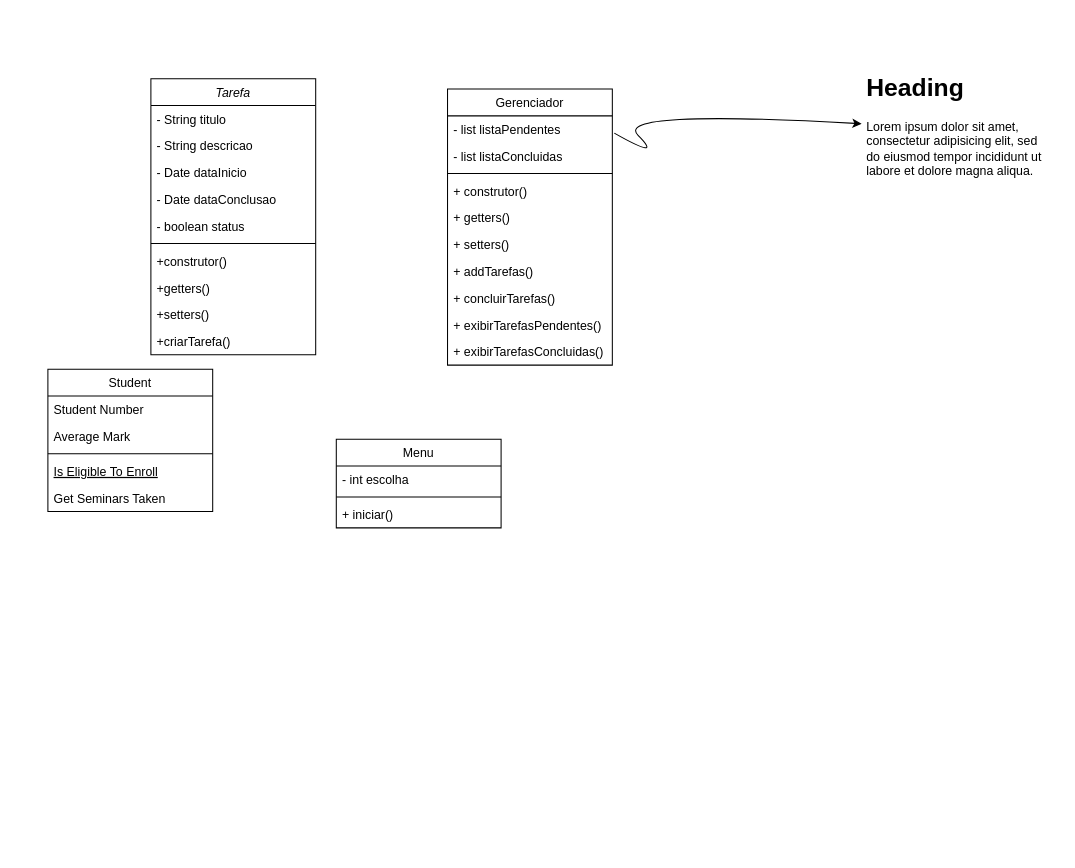
This is Diagrama sem nome.drawio from juliocesarmlk/TrabalhoPOO, a draw.io file, before an edit. Source tidied: cells renumbered, new cells numbered last; positions are measured from the earlier drawing's top-left corner, leaving out a move shared by most shapes. Both pictures are drawn from the tidied source at 103%, with x=0, y=0 at pixel (47, 67).
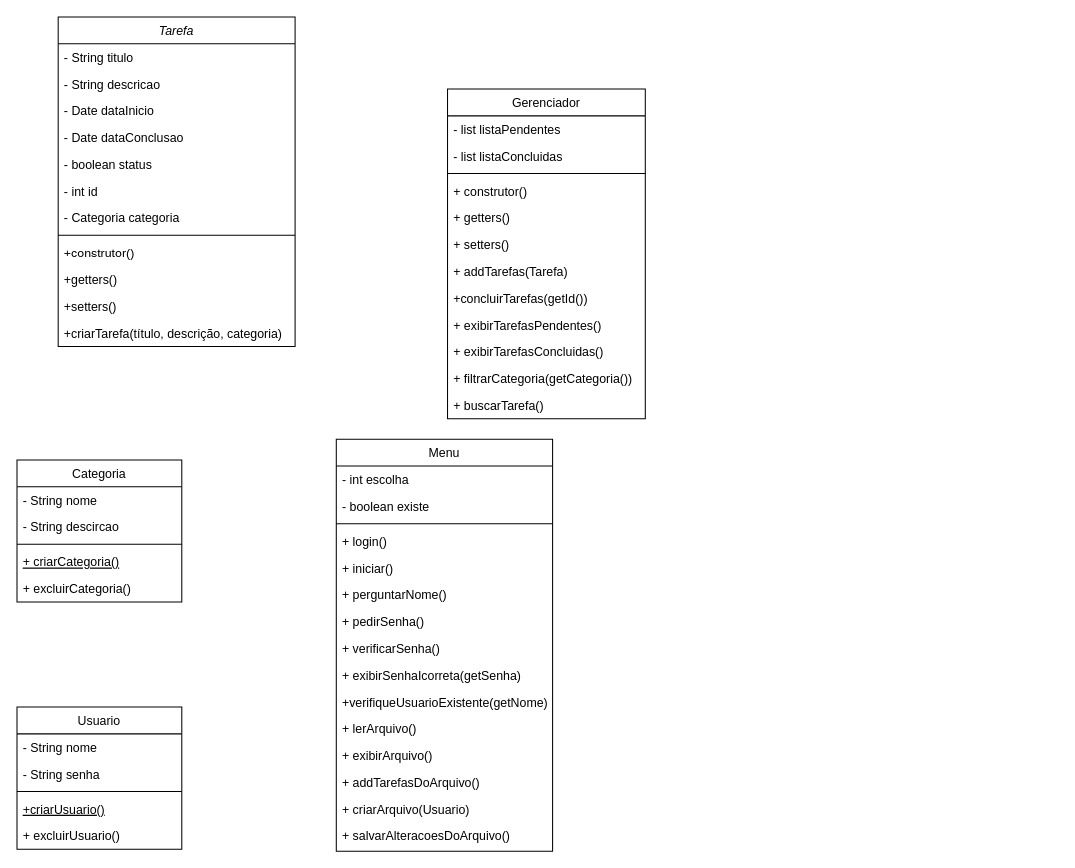
After the change.

What changed in the source:
```diff
@@
     <mxCell id="2" value="Tarefa" style="swimlane;fontStyle=2;align=center;verticalAlign=top;horizontal=1;startSize=26;rounded=0;shadow=0;strokeWidth=1;" parent="1" vertex="1">
-      <mxGeometry x="100" y="11" width="160" height="268" as="geometry" />
+      <mxGeometry x="10" y="-49" width="230" height="320" as="geometry" />
     </mxCell>
     <mxCell id="3" value="- String titulo" style="text;align=left;verticalAlign=top;spacingLeft=4;spacingRight=4;overflow=hidden;" parent="2" vertex="1">
-      <mxGeometry y="26" width="160" height="26" as="geometry" />
+      <mxGeometry y="26" width="230" height="26" as="geometry" />
     </mxCell>
     <mxCell id="4" value="- String descricao&#10;" style="text;align=left;verticalAlign=top;spacingLeft=4;spacingRight=4;overflow=hidden;rounded=0;shadow=0;html=0;" parent="2" vertex="1">
-      <mxGeometry y="52" width="160" height="26" as="geometry" />
+      <mxGeometry y="52" width="230" height="26" as="geometry" />
     </mxCell>
     <mxCell id="5" value="- Date dataInicio" style="text;align=left;verticalAlign=top;spacingLeft=4;spacingRight=4;overflow=hidden;rounded=0;shadow=0;html=0;" parent="2" vertex="1">
-      <mxGeometry y="78" width="160" height="26" as="geometry" />
+      <mxGeometry y="78" width="230" height="26" as="geometry" />
     </mxCell>
     <mxCell id="6" value="- Date dataConclusao" style="text;align=left;verticalAlign=top;spacingLeft=4;spacingRight=4;overflow=hidden;rounded=0;shadow=0;html=0;" parent="2" vertex="1">
-      <mxGeometry y="104" width="160" height="26" as="geometry" />
+      <mxGeometry y="104" width="230" height="26" as="geometry" />
     </mxCell>
     <mxCell id="7" value="- boolean status" style="text;align=left;verticalAlign=top;spacingLeft=4;spacingRight=4;overflow=hidden;rounded=0;shadow=0;html=0;" parent="2" vertex="1">
-      <mxGeometry y="130" width="160" height="26" as="geometry" />
+      <mxGeometry y="130" width="230" height="26" as="geometry" />
     </mxCell>
+    <mxCell id="36" value="- int id" style="text;align=left;verticalAlign=top;spacingLeft=4;spacingRight=4;overflow=hidden;rounded=0;shadow=0;html=0;" parent="2" vertex="1">
+      <mxGeometry y="156" width="230" height="26" as="geometry" />
+    </mxCell>
+    <mxCell id="37" value="- Categoria categoria" style="text;align=left;verticalAlign=top;spacingLeft=4;spacingRight=4;overflow=hidden;rounded=0;shadow=0;html=0;" parent="2" vertex="1">
+      <mxGeometry y="182" width="230" height="26" as="geometry" />
+    </mxCell>
     <mxCell id="8" style="line;html=1;strokeWidth=1;align=left;verticalAlign=middle;spacingTop=-1;spacingLeft=3;spacingRight=3;labelPosition=right;" parent="2" vertex="1">
-      <mxGeometry y="156" width="160" height="8" as="geometry" />
+      <mxGeometry y="208" width="230" height="8" as="geometry" />
     </mxCell>
     <mxCell id="9" value="+construtor()" style="text;align=left;verticalAlign=top;spacingLeft=4;spacingRight=4;overflow=hidden;" parent="2" vertex="1">
-      <mxGeometry y="164" width="160" height="26" as="geometry" />
+      <mxGeometry y="216" width="230" height="26" as="geometry" />
     </mxCell>
     <mxCell id="10" value="+getters()" style="text;align=left;verticalAlign=top;spacingLeft=4;spacingRight=4;overflow=hidden;" parent="2" vertex="1">
-      <mxGeometry y="190" width="160" height="26" as="geometry" />
+      <mxGeometry y="242" width="230" height="26" as="geometry" />
     </mxCell>
     <mxCell id="11" value="+setters()" style="text;align=left;verticalAlign=top;spacingLeft=4;spacingRight=4;overflow=hidden;" parent="2" vertex="1">
-      <mxGeometry y="216" width="160" height="26" as="geometry" />
+      <mxGeometry y="268" width="230" height="26" as="geometry" />
     </mxCell>
-    <mxCell id="12" value="+criarTarefa()" style="text;align=left;verticalAlign=top;spacingLeft=4;spacingRight=4;overflow=hidden;" parent="2" vertex="1">
-      <mxGeometry y="242" width="160" height="26" as="geometry" />
+    <mxCell id="12" value="+criarTarefa(título, descrição, categoria)" style="text;align=left;verticalAlign=top;spacingLeft=4;spacingRight=4;overflow=hidden;" parent="2" vertex="1">
+      <mxGeometry y="294" width="230" height="26" as="geometry" />
     </mxCell>
-    <mxCell id="13" value="Student" style="swimlane;fontStyle=0;align=center;verticalAlign=top;horizontal=1;startSize=26;rounded=0;shadow=0;strokeWidth=1;" parent="1" vertex="1">
-      <mxGeometry y="293" width="160" height="138" as="geometry" />
+    <mxCell id="13" value="Categoria" style="swimlane;fontStyle=0;align=center;verticalAlign=top;horizontal=1;startSize=26;rounded=0;shadow=0;strokeWidth=1;" parent="1" vertex="1">
+      <mxGeometry x="-30" y="381" width="160" height="138" as="geometry" />
     </mxCell>
-    <mxCell id="14" value="Student Number" style="text;align=left;verticalAlign=top;spacingLeft=4;spacingRight=4;overflow=hidden;" parent="13" vertex="1">
+    <mxCell id="14" value="- String nome" style="text;align=left;verticalAlign=top;spacingLeft=4;spacingRight=4;overflow=hidden;" parent="13" vertex="1">
       <mxGeometry y="26" width="160" height="26" as="geometry" />
     </mxCell>
-    <mxCell id="15" value="Average Mark" style="text;align=left;verticalAlign=top;spacingLeft=4;spacingRight=4;overflow=hidden;rounded=0;shadow=0;html=0;" parent="13" vertex="1">
+    <mxCell id="15" value="- String descircao" style="text;align=left;verticalAlign=top;spacingLeft=4;spacingRight=4;overflow=hidden;rounded=0;shadow=0;html=0;" parent="13" vertex="1">
       <mxGeometry y="52" width="160" height="26" as="geometry" />
     </mxCell>
@@
-    <mxCell id="17" value="Is Eligible To Enroll" style="text;align=left;verticalAlign=top;spacingLeft=4;spacingRight=4;overflow=hidden;fontStyle=4;" parent="13" vertex="1">
+    <mxCell id="17" value="+ criarCategoria()" style="text;align=left;verticalAlign=top;spacingLeft=4;spacingRight=4;overflow=hidden;fontStyle=4;" parent="13" vertex="1">
       <mxGeometry y="86" width="160" height="26" as="geometry" />
     </mxCell>
-    <mxCell id="18" value="Get Seminars Taken" style="text;align=left;verticalAlign=top;spacingLeft=4;spacingRight=4;overflow=hidden;" parent="13" vertex="1">
+    <mxCell id="18" value="+ excluirCategoria()" style="text;align=left;verticalAlign=top;spacingLeft=4;spacingRight=4;overflow=hidden;" parent="13" vertex="1">
       <mxGeometry y="112" width="160" height="26" as="geometry" />
     </mxCell>
     <mxCell id="19" value="Menu" style="swimlane;fontStyle=0;align=center;verticalAlign=top;horizontal=1;startSize=26;rounded=0;shadow=0;strokeWidth=1;" parent="1" vertex="1">
-      <mxGeometry x="280" y="361" width="160" height="86" as="geometry" />
+      <mxGeometry x="280" y="361" width="210" height="400" as="geometry" />
     </mxCell>
-    <mxCell id="20" value="- int escolha" style="text;align=left;verticalAlign=top;spacingLeft=4;spacingRight=4;overflow=hidden;" parent="19" vertex="1">
-      <mxGeometry y="26" width="160" height="26" as="geometry" />
+    <mxCell id="20" value="- int escolha&#10;&#10;" style="text;align=left;verticalAlign=top;spacingLeft=4;spacingRight=4;overflow=hidden;" parent="19" vertex="1">
+      <mxGeometry y="26" width="210" height="26" as="geometry" />
     </mxCell>
+    <mxCell id="38" value="- boolean existe" style="text;align=left;verticalAlign=top;spacingLeft=4;spacingRight=4;overflow=hidden;" parent="19" vertex="1">
+      <mxGeometry y="52" width="210" height="26" as="geometry" />
+    </mxCell>
     <mxCell id="21" style="line;html=1;strokeWidth=1;align=left;verticalAlign=middle;spacingTop=-1;spacingLeft=3;spacingRight=3;labelPosition=right;" parent="19" vertex="1">
-      <mxGeometry y="52" width="160" height="8" as="geometry" />
+      <mxGeometry y="78" width="210" height="8" as="geometry" />
     </mxCell>
+    <mxCell id="39" value="+ login()" style="text;align=left;verticalAlign=top;spacingLeft=4;spacingRight=4;overflow=hidden;" parent="19" vertex="1">
+      <mxGeometry y="86" width="210" height="26" as="geometry" />
+    </mxCell>
     <mxCell id="22" value="+ iniciar()" style="text;align=left;verticalAlign=top;spacingLeft=4;spacingRight=4;overflow=hidden;" parent="19" vertex="1">
-      <mxGeometry y="60" width="160" height="26" as="geometry" />
+      <mxGeometry y="112" width="210" height="26" as="geometry" />
     </mxCell>
+    <mxCell id="40" value="+ perguntarNome()" style="text;align=left;verticalAlign=top;spacingLeft=4;spacingRight=4;overflow=hidden;" parent="19" vertex="1">
+      <mxGeometry y="138" width="210" height="26" as="geometry" />
+    </mxCell>
+    <mxCell id="41" value="+ pedirSenha()" style="text;align=left;verticalAlign=top;spacingLeft=4;spacingRight=4;overflow=hidden;" parent="19" vertex="1">
+      <mxGeometry y="164" width="210" height="26" as="geometry" />
+    </mxCell>
+    <mxCell id="42" value="+ verificarSenha()" style="text;align=left;verticalAlign=top;spacingLeft=4;spacingRight=4;overflow=hidden;" parent="19" vertex="1">
+      <mxGeometry y="190" width="210" height="26" as="geometry" />
+    </mxCell>
+    <mxCell id="43" value="+ exibirSenhaIcorreta(getSenha)" style="text;align=left;verticalAlign=top;spacingLeft=4;spacingRight=4;overflow=hidden;" parent="19" vertex="1">
+      <mxGeometry y="216" width="210" height="26" as="geometry" />
+    </mxCell>
+    <mxCell id="44" value="+verifiqueUsuarioExistente(getNome)" style="text;align=left;verticalAlign=top;spacingLeft=4;spacingRight=4;overflow=hidden;" parent="19" vertex="1">
+      <mxGeometry y="242" width="210" height="26" as="geometry" />
+    </mxCell>
+    <mxCell id="45" value="+ lerArquivo()" style="text;align=left;verticalAlign=top;spacingLeft=4;spacingRight=4;overflow=hidden;" parent="19" vertex="1">
+      <mxGeometry y="268" width="210" height="26" as="geometry" />
+    </mxCell>
+    <mxCell id="46" value="+ exibirArquivo()" style="text;align=left;verticalAlign=top;spacingLeft=4;spacingRight=4;overflow=hidden;" parent="19" vertex="1">
+      <mxGeometry y="294" width="210" height="26" as="geometry" />
+    </mxCell>
+    <mxCell id="47" value="+ addTarefasDoArquivo()" style="text;align=left;verticalAlign=top;spacingLeft=4;spacingRight=4;overflow=hidden;" parent="19" vertex="1">
+      <mxGeometry y="320" width="210" height="26" as="geometry" />
+    </mxCell>
+    <mxCell id="48" value="+ criarArquivo(Usuario)" style="text;align=left;verticalAlign=top;spacingLeft=4;spacingRight=4;overflow=hidden;" parent="19" vertex="1">
+      <mxGeometry y="346" width="210" height="26" as="geometry" />
+    </mxCell>
+    <mxCell id="49" value="+ salvarAlteracoesDoArquivo()" style="text;align=left;verticalAlign=top;spacingLeft=4;spacingRight=4;overflow=hidden;" parent="19" vertex="1">
+      <mxGeometry y="372" width="210" height="26" as="geometry" />
+    </mxCell>
     <mxCell id="23" value="Gerenciador" style="swimlane;fontStyle=0;align=center;verticalAlign=top;horizontal=1;startSize=26;rounded=0;shadow=0;strokeWidth=1;" parent="1" vertex="1">
-      <mxGeometry x="388" y="21" width="160" height="268" as="geometry" />
+      <mxGeometry x="388" y="21" width="192" height="320" as="geometry" />
     </mxCell>
     <mxCell id="24" value="- list listaPendentes" style="text;align=left;verticalAlign=top;spacingLeft=4;spacingRight=4;overflow=hidden;points=[[0,0.5],[1,0.5]];portConstraint=eastwest;" parent="23" vertex="1">
-      <mxGeometry y="26" width="160" height="26" as="geometry" />
+      <mxGeometry y="26" width="192" height="26" as="geometry" />
     </mxCell>
     <mxCell id="25" value="- list listaConcluidas" style="text;align=left;verticalAlign=top;spacingLeft=4;spacingRight=4;overflow=hidden;rounded=0;shadow=0;html=0;" parent="23" vertex="1">
-      <mxGeometry y="52" width="160" height="26" as="geometry" />
+      <mxGeometry y="52" width="192" height="26" as="geometry" />
     </mxCell>
     <mxCell id="26" style="line;html=1;strokeWidth=1;align=left;verticalAlign=middle;spacingTop=-1;spacingLeft=3;spacingRight=3;labelPosition=right;" parent="23" vertex="1">
-      <mxGeometry y="78" width="160" height="8" as="geometry" />
+      <mxGeometry y="78" width="192" height="8" as="geometry" />
     </mxCell>
     <mxCell id="27" value="+ construtor()" style="text;align=left;verticalAlign=top;spacingLeft=4;spacingRight=4;overflow=hidden;" parent="23" vertex="1">
-      <mxGeometry y="86" width="160" height="26" as="geometry" />
+      <mxGeometry y="86" width="192" height="26" as="geometry" />
     </mxCell>
     <mxCell id="28" value="+ getters()" style="text;align=left;verticalAlign=top;spacingLeft=4;spacingRight=4;overflow=hidden;" parent="23" vertex="1">
-      <mxGeometry y="112" width="160" height="26" as="geometry" />
+      <mxGeometry y="112" width="192" height="26" as="geometry" />
     </mxCell>
     <mxCell id="29" value="+ setters()" style="text;align=left;verticalAlign=top;spacingLeft=4;spacingRight=4;overflow=hidden;" parent="23" vertex="1">
-      <mxGeometry y="138" width="160" height="26" as="geometry" />
+      <mxGeometry y="138" width="192" height="26" as="geometry" />
     </mxCell>
-    <mxCell id="30" value="+ addTarefas()" style="text;align=left;verticalAlign=top;spacingLeft=4;spacingRight=4;overflow=hidden;" parent="23" vertex="1">
-      <mxGeometry y="164" width="160" height="26" as="geometry" />
+    <mxCell id="30" value="+ addTarefas(Tarefa)" style="text;align=left;verticalAlign=top;spacingLeft=4;spacingRight=4;overflow=hidden;" parent="23" vertex="1">
+      <mxGeometry y="164" width="192" height="26" as="geometry" />
     </mxCell>
-    <mxCell id="31" value="+ concluirTarefas()" style="text;align=left;verticalAlign=top;spacingLeft=4;spacingRight=4;overflow=hidden;" parent="23" vertex="1">
-      <mxGeometry y="190" width="160" height="26" as="geometry" />
+    <mxCell id="31" value="+concluirTarefas(getId())" style="text;align=left;verticalAlign=top;spacingLeft=4;spacingRight=4;overflow=hidden;" parent="23" vertex="1">
+      <mxGeometry y="190" width="192" height="26" as="geometry" />
     </mxCell>
     <mxCell id="32" value="+ exibirTarefasPendentes()" style="text;align=left;verticalAlign=top;spacingLeft=4;spacingRight=4;overflow=hidden;" parent="23" vertex="1">
-      <mxGeometry y="216" width="160" height="26" as="geometry" />
+      <mxGeometry y="216" width="192" height="26" as="geometry" />
     </mxCell>
     <mxCell id="33" value="+ exibirTarefasConcluidas()" style="text;align=left;verticalAlign=top;spacingLeft=4;spacingRight=4;overflow=hidden;" parent="23" vertex="1">
-      <mxGeometry y="242" width="160" height="26" as="geometry" />
+      <mxGeometry y="242" width="192" height="26" as="geometry" />
     </mxCell>
-    <mxCell id="34" value="&lt;h1&gt;Heading&lt;/h1&gt;&lt;p&gt;Lorem ipsum dolor sit amet, consectetur adipisicing elit, sed do eiusmod tempor incididunt ut labore et dolore magna aliqua.&lt;/p&gt;" style="text;html=1;strokeColor=none;fillColor=none;spacing=5;spacingTop=-20;whiteSpace=wrap;overflow=hidden;rounded=0;" parent="1" vertex="1">
-      <mxGeometry x="790" width="190" height="120" as="geometry" />
-    </mxCell>
-    <mxCell id="35" style="curved=1;endArrow=classic;html=1;rounded=0;exitX=1.012;exitY=0.643;exitDx=0;exitDy=0;exitPerimeter=0;" parent="1" edge="1" source="24" target="34">
-      <mxGeometry relative="1" as="geometry">
-        <Array as="points">
-          <mxPoint x="598" y="91" />
-          <mxPoint x="548" y="41" />
-        </Array>
-      </mxGeometry>
-    </mxCell>
+    <mxCell id="50" value="+ filtrarCategoria(getCategoria())" style="text;align=left;verticalAlign=top;spacingLeft=4;spacingRight=4;overflow=hidden;" parent="23" vertex="1">
+      <mxGeometry y="268" width="192" height="26" as="geometry" />
+    </mxCell>
+    <mxCell id="51" value="+ buscarTarefa()" style="text;align=left;verticalAlign=top;spacingLeft=4;spacingRight=4;overflow=hidden;" parent="23" vertex="1">
+      <mxGeometry y="294" width="192" height="26" as="geometry" />
+    </mxCell>
+    <mxCell id="52" value="Usuario" style="swimlane;fontStyle=0;align=center;verticalAlign=top;horizontal=1;startSize=26;rounded=0;shadow=0;strokeWidth=1;" parent="1" vertex="1">
+      <mxGeometry x="-30" y="621" width="160" height="138" as="geometry" />
+    </mxCell>
+    <mxCell id="53" value="- String nome" style="text;align=left;verticalAlign=top;spacingLeft=4;spacingRight=4;overflow=hidden;" parent="52" vertex="1">
+      <mxGeometry y="26" width="160" height="26" as="geometry" />
+    </mxCell>
+    <mxCell id="54" value="- String senha" style="text;align=left;verticalAlign=top;spacingLeft=4;spacingRight=4;overflow=hidden;rounded=0;shadow=0;html=0;" parent="52" vertex="1">
+      <mxGeometry y="52" width="160" height="26" as="geometry" />
+    </mxCell>
+    <mxCell id="55" style="line;html=1;strokeWidth=1;align=left;verticalAlign=middle;spacingTop=-1;spacingLeft=3;spacingRight=3;labelPosition=right;" parent="52" vertex="1">
+      <mxGeometry y="78" width="160" height="8" as="geometry" />
+    </mxCell>
+    <mxCell id="56" value="+criarUsuario()" style="text;align=left;verticalAlign=top;spacingLeft=4;spacingRight=4;overflow=hidden;fontStyle=4;" parent="52" vertex="1">
+      <mxGeometry y="86" width="160" height="26" as="geometry" />
+    </mxCell>
+    <mxCell id="57" value="+ excluirUsuario()" style="text;align=left;verticalAlign=top;spacingLeft=4;spacingRight=4;overflow=hidden;" parent="52" vertex="1">
+      <mxGeometry y="112" width="160" height="26" as="geometry" />
+    </mxCell>
```
